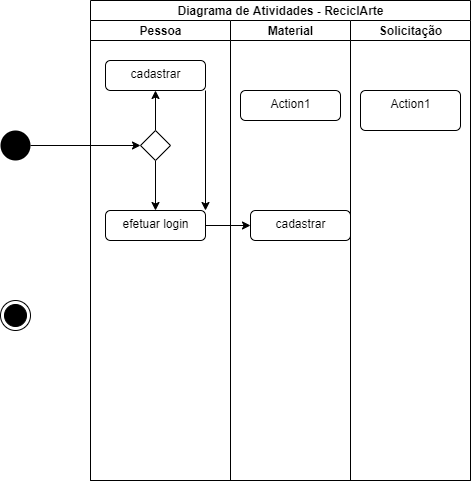
Earlier version of the draw.io export diagramaatividades.png (leitoraincomum/engsofII). Source tidied: cells renumbered, new cells last; positions are measured from the earlier drawing's top-left corner, leaving out a move shared by most shapes.
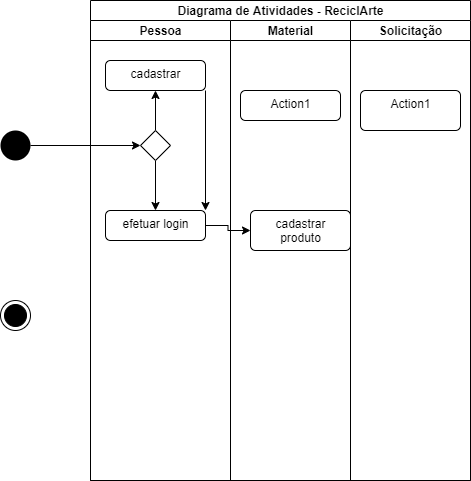
The same diagram one commit later.

Change to the diagram source:
```diff
@@ -32,8 +32,8 @@
     <mxCell id="11" value="Action1" style="html=1;align=center;verticalAlign=top;rounded=1;absoluteArcSize=1;arcSize=10;dashed=0;" parent="10" vertex="1">
       <mxGeometry x="10" y="70" width="100" height="30" as="geometry" />
     </mxCell>
-    <mxCell id="12" value="cadastrar" style="html=1;align=center;verticalAlign=top;rounded=1;absoluteArcSize=1;arcSize=10;dashed=0;" parent="10" vertex="1">
-      <mxGeometry x="20" y="190" width="100" height="30" as="geometry" />
+    <mxCell id="12" value="cadastrar&lt;br&gt;produto" style="html=1;align=center;verticalAlign=top;rounded=1;absoluteArcSize=1;arcSize=10;dashed=0;" parent="10" vertex="1">
+      <mxGeometry x="20" y="190" width="100" height="40" as="geometry" />
     </mxCell>
     <mxCell id="13" value="Solicitação" style="swimlane;html=1;startSize=20;" parent="2" vertex="1">
       <mxGeometry x="260" y="20" width="120" height="460" as="geometry" />
```
